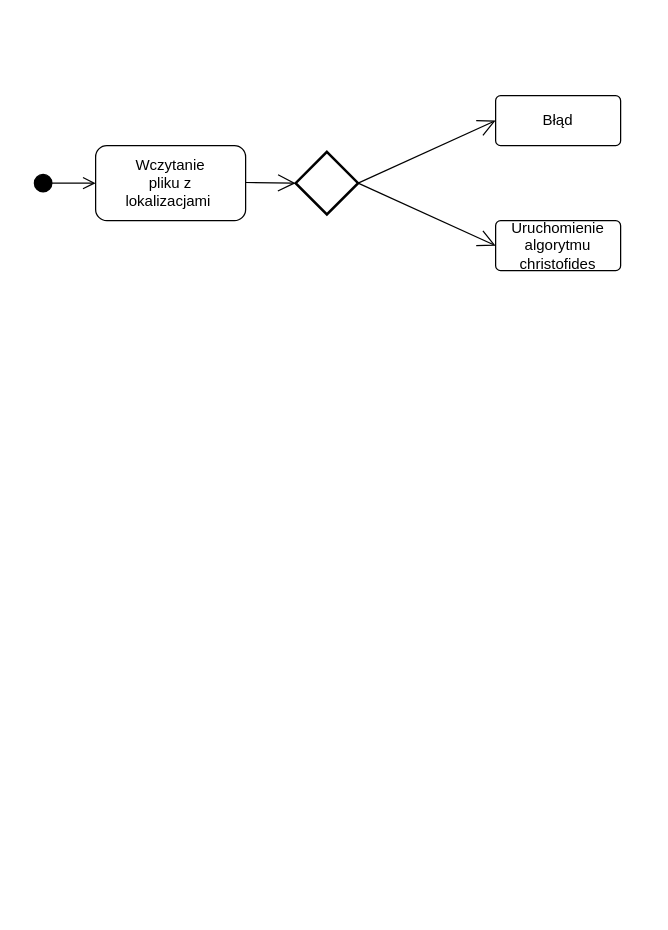
This is Diagram bez tytułu.drawio from Milosz22/traveling_salesman, a draw.io file, before an edit. Source tidied: cells renumbered, new cells numbered last; positions are measured from the earlier drawing's top-left corner, leaving out a move shared by most shapes. Both pictures are drawn from the tidied source at 125%, with x=0, y=0 at pixel (32, 95).
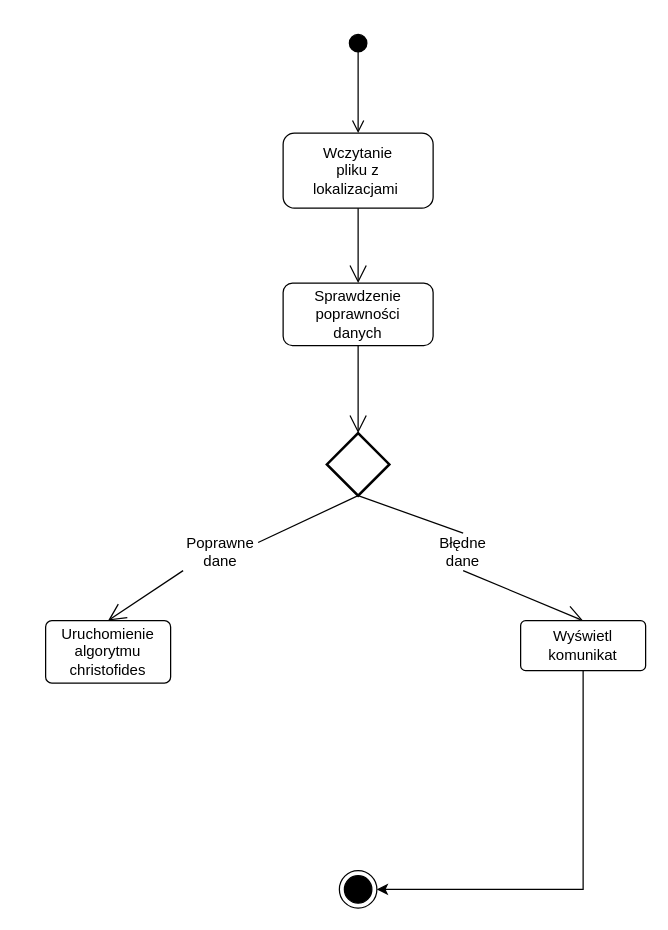
After the change.

Commit message:
Zaktualizowałam diagram aktywności

Diff of the diagram source:
```diff
@@
     <mxCell id="2" style="html=1;verticalAlign=bottom;startArrow=circle;startFill=1;endArrow=open;startSize=6;endSize=8;rounded=0;" parent="1" edge="1" target="3">
       <mxGeometry relative="1" as="geometry">
-        <mxPoint y="70" as="sourcePoint" />
+        <mxPoint x="260" y="-50" as="sourcePoint" />
       </mxGeometry>
     </mxCell>
     <mxCell id="3" style="rounded=1;whiteSpace=wrap;html=1;" parent="1" vertex="1">
-      <mxGeometry x="50" y="40" width="120" height="60" as="geometry" />
+      <mxGeometry x="200" y="30" width="120" height="60" as="geometry" />
     </mxCell>
     <mxCell id="4" value="Wczytanie pliku z lokalizacjami&amp;nbsp;" style="text;html=1;strokeColor=none;fillColor=none;align=center;verticalAlign=middle;whiteSpace=wrap;rounded=0;" parent="1" vertex="1">
-      <mxGeometry x="80" y="55" width="60" height="30" as="geometry" />
+      <mxGeometry x="230" y="45" width="60" height="30" as="geometry" />
     </mxCell>
-    <mxCell id="5" style="endArrow=open;endFill=1;endSize=12;html=1;rounded=0;exitX=1;exitY=0.5;exitDx=0;exitDy=0;exitPerimeter=0;" parent="1" edge="1" source="9">
-      <mxGeometry relative="1" as="geometry">
-        <mxPoint x="370" y="20" as="targetPoint" />
-      </mxGeometry>
+    <mxCell id="5" style="endArrow=open;endFill=1;endSize=12;html=1;rounded=0;exitX=0.5;exitY=1;exitDx=0;exitDy=0;exitPerimeter=0;entryX=0.5;entryY=0;entryDx=0;entryDy=0;startArrow=none;" parent="1" edge="1" source="21" target="7">
+      <mxGeometry relative="1" as="geometry" />
     </mxCell>
-    <mxCell id="6" style="endArrow=open;endFill=1;endSize=12;html=1;rounded=0;exitX=1;exitY=0.5;exitDx=0;exitDy=0;exitPerimeter=0;" parent="1" edge="1" source="9">
-      <mxGeometry relative="1" as="geometry">
-        <mxPoint x="370" y="120" as="targetPoint" />
-      </mxGeometry>
+    <mxCell id="6" style="endArrow=open;endFill=1;endSize=12;html=1;rounded=0;entryX=0.5;entryY=0;entryDx=0;entryDy=0;startArrow=none;exitX=0;exitY=1;exitDx=0;exitDy=0;" parent="1" edge="1" source="19" target="8">
+      <mxGeometry relative="1" as="geometry" />
     </mxCell>
+    <mxCell id="13" style="edgeStyle=orthogonalEdgeStyle;rounded=0;jettySize=auto;html=1;exitX=0.5;exitY=1;exitDx=0;exitDy=0;entryX=1;entryY=0.5;entryDx=0;entryDy=0;" parent="1" edge="1" source="7" target="14">
+      <mxGeometry relative="1" as="geometry" />
+    </mxCell>
     <mxCell id="7" style="rounded=1;arcSize=10;whiteSpace=wrap;html=1;align=center;fillColor=#FFFFFF;" parent="1" vertex="1">
-      <mxGeometry x="370" width="100" height="40" as="geometry" />
+      <mxGeometry x="390" y="420" width="100" height="40" as="geometry" />
     </mxCell>
     <mxCell id="8" style="rounded=1;arcSize=10;whiteSpace=wrap;html=1;align=center;fillColor=#FFFFFF;" parent="1" vertex="1">
-      <mxGeometry x="370" y="100" width="100" height="40" as="geometry" />
+      <mxGeometry x="10" y="420" width="100" height="50" as="geometry" />
     </mxCell>
     <mxCell id="9" style="strokeWidth=2;html=1;shape=mxgraph.flowchart.decision;whiteSpace=wrap;fillColor=#FFFFFF;" parent="1" vertex="1">
-      <mxGeometry x="210" y="45" width="50" height="50" as="geometry" />
+      <mxGeometry x="235" y="270" width="50" height="50" as="geometry" />
     </mxCell>
-    <mxCell id="10" style="endArrow=open;endFill=1;endSize=12;html=1;rounded=0;" parent="1" edge="1">
-      <mxGeometry relative="1" as="geometry">
-        <mxPoint x="170" y="69.5" as="sourcePoint" />
-        <mxPoint x="210" y="70" as="targetPoint" />
-      </mxGeometry>
+    <mxCell id="10" style="endArrow=open;endFill=1;endSize=12;html=1;rounded=0;entryX=0.5;entryY=0;entryDx=0;entryDy=0;exitX=0.5;exitY=1;exitDx=0;exitDy=0;" parent="1" edge="1" source="3" target="15">
+      <mxGeometry relative="1" as="geometry" />
     </mxCell>
-    <mxCell id="11" value="Błąd" style="text;html=1;strokeColor=none;fillColor=none;align=center;verticalAlign=middle;whiteSpace=wrap;rounded=0;" parent="1" vertex="1">
-      <mxGeometry x="390" y="5" width="60" height="30" as="geometry" />
+    <mxCell id="11" value="Wyświetl komunikat" style="text;html=1;strokeColor=none;fillColor=none;align=center;verticalAlign=middle;whiteSpace=wrap;rounded=0;" parent="1" vertex="1">
+      <mxGeometry x="410" y="425" width="60" height="30" as="geometry" />
     </mxCell>
     <mxCell id="12" value="Uruchomienie algorytmu christofides" style="text;html=1;strokeColor=none;fillColor=none;align=center;verticalAlign=middle;whiteSpace=wrap;rounded=0;" parent="1" vertex="1">
-      <mxGeometry x="390" y="105" width="60" height="30" as="geometry" />
+      <mxGeometry x="30" y="430" width="60" height="30" as="geometry" />
     </mxCell>
+    <mxCell id="14" style="ellipse;html=1;shape=endState;fillColor=#000000;strokeColor=#000000;" parent="1" vertex="1">
+      <mxGeometry x="245" y="620" width="30" height="30" as="geometry" />
+    </mxCell>
+    <mxCell id="15" style="rounded=1;whiteSpace=wrap;html=1;strokeColor=#000000;" parent="1" vertex="1">
+      <mxGeometry x="200" y="150" width="120" height="50" as="geometry" />
+    </mxCell>
+    <mxCell id="16" style="edgeStyle=orthogonalEdgeStyle;rounded=0;orthogonalLoop=1;jettySize=auto;html=1;exitX=0.5;exitY=1;exitDx=0;exitDy=0;" parent="1" edge="1" source="15" target="15">
+      <mxGeometry relative="1" as="geometry" />
+    </mxCell>
+    <mxCell id="17" style="endArrow=open;endFill=1;endSize=12;html=1;rounded=0;exitX=0.5;exitY=1;exitDx=0;exitDy=0;entryX=0.5;entryY=0;entryDx=0;entryDy=0;entryPerimeter=0;" parent="1" edge="1" source="15" target="9">
+      <mxGeometry relative="1" as="geometry" />
+    </mxCell>
+    <mxCell id="18" value="Sprawdzenie poprawności danych" style="text;html=1;strokeColor=none;fillColor=none;align=center;verticalAlign=middle;whiteSpace=wrap;rounded=0;" parent="1" vertex="1">
+      <mxGeometry x="230" y="160" width="60" height="30" as="geometry" />
+    </mxCell>
+    <mxCell id="19" value="Poprawne dane" style="text;html=1;strokeColor=none;fillColor=none;align=center;verticalAlign=middle;whiteSpace=wrap;rounded=0;" parent="1" vertex="1">
+      <mxGeometry x="120" y="350" width="60" height="30" as="geometry" />
+    </mxCell>
+    <mxCell id="20" style="endArrow=none;endFill=1;endSize=12;html=1;rounded=0;exitX=0.5;exitY=1;exitDx=0;exitDy=0;exitPerimeter=0;entryX=1;entryY=0.25;entryDx=0;entryDy=0;" parent="1" edge="1" source="9" target="19">
+      <mxGeometry relative="1" as="geometry" />
+    </mxCell>
+    <mxCell id="21" value="Błędne dane" style="text;html=1;strokeColor=none;fillColor=none;align=center;verticalAlign=middle;whiteSpace=wrap;rounded=0;" parent="1" vertex="1">
+      <mxGeometry x="314" y="350" width="60" height="30" as="geometry" />
+    </mxCell>
+    <mxCell id="22" style="endArrow=none;endFill=1;endSize=12;html=1;rounded=0;exitX=0.5;exitY=1;exitDx=0;exitDy=0;exitPerimeter=0;entryX=0.5;entryY=0;entryDx=0;entryDy=0;" parent="1" edge="1" source="9" target="21">
+      <mxGeometry relative="1" as="geometry" />
+    </mxCell>
```
